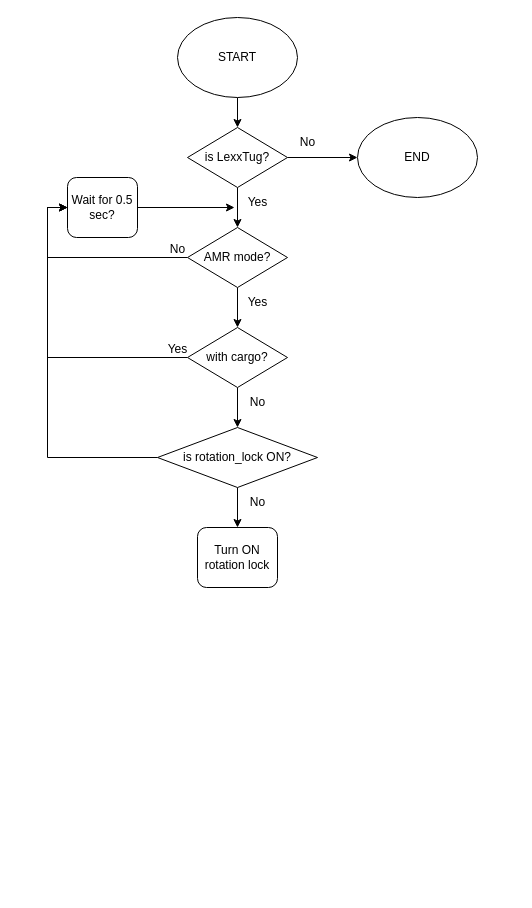
The draw.io diagram ideation.drawio in sdswoops824/myrepo, before the edit. Source tidied: cells renumbered, new cells numbered last; positions are measured from the earlier drawing's top-left corner, leaving out a move shared by most shapes. Both pictures are drawn from the tidied source at 100%, with x=0, y=0 at pixel (67, 17).
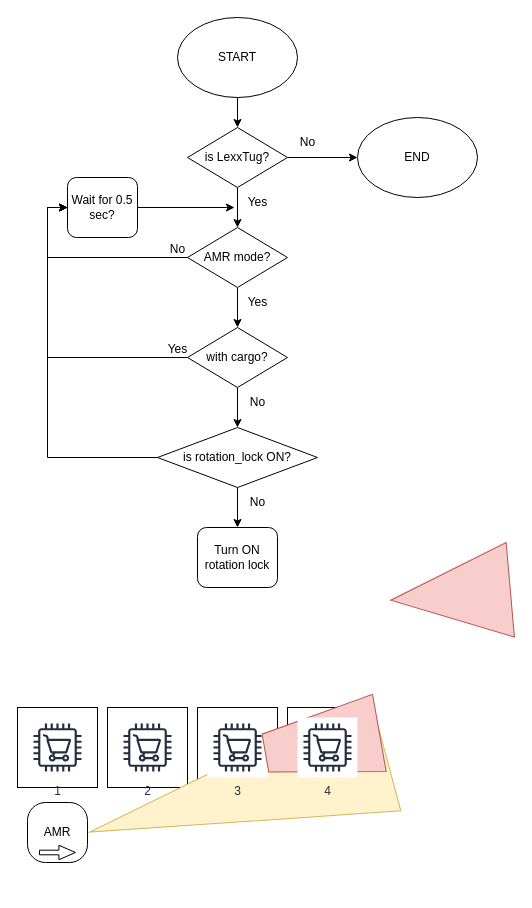
After the change.

What changed in the source:
```diff
@@
+    <mxCell id="27" value="AMR" style="whiteSpace=wrap;html=1;rounded=1;arcSize=30;" parent="1" vertex="1">
+      <mxGeometry x="-40" y="785" width="60" height="60" as="geometry" />
+    </mxCell>
+    <mxCell id="28" style="whiteSpace=wrap;html=1;" parent="1" vertex="1">
+      <mxGeometry x="-50" y="690" width="80" height="80" as="geometry" />
+    </mxCell>
+    <mxCell id="29" style="whiteSpace=wrap;html=1;" parent="1" vertex="1">
+      <mxGeometry x="40" y="690" width="80" height="80" as="geometry" />
+    </mxCell>
+    <mxCell id="30" style="whiteSpace=wrap;html=1;" parent="1" vertex="1">
+      <mxGeometry x="130" y="690" width="80" height="80" as="geometry" />
+    </mxCell>
+    <mxCell id="31" style="whiteSpace=wrap;html=1;" parent="1" vertex="1">
+      <mxGeometry x="220" y="690" width="80" height="80" as="geometry" />
+    </mxCell>
+    <mxCell id="32" style="triangle;whiteSpace=wrap;html=1;rotation=-195;fillColor=#fff2cc;strokeColor=#d6b656;" parent="1" vertex="1">
+      <mxGeometry x="17" y="715" width="306" height="120" as="geometry" />
+    </mxCell>
+    <mxCell id="33" value="2" style="sketch=0;fontColor=#232F3E;gradientColor=none;strokeColor=#232F3E;fillColor=#ffffff;dashed=0;verticalLabelPosition=bottom;verticalAlign=top;align=center;html=1;fontSize=12;fontStyle=0;shape=mxgraph.aws4.resourceIcon;resIcon=mxgraph.aws4.cart;" parent="1" vertex="1">
+      <mxGeometry x="50" y="700" width="60" height="60" as="geometry" />
+    </mxCell>
+    <mxCell id="34" value="3" style="sketch=0;fontColor=#232F3E;gradientColor=none;strokeColor=#232F3E;fillColor=#ffffff;dashed=0;verticalLabelPosition=bottom;verticalAlign=top;align=center;html=1;fontSize=12;fontStyle=0;shape=mxgraph.aws4.resourceIcon;resIcon=mxgraph.aws4.cart;" parent="1" vertex="1">
+      <mxGeometry x="140" y="700" width="60" height="60" as="geometry" />
+    </mxCell>
+    <mxCell id="35" style="triangle;whiteSpace=wrap;html=1;rotation=-185;fillColor=#f8cecc;strokeColor=#b85450;" parent="1" vertex="1">
+      <mxGeometry x="323" y="530" width="120" height="95" as="geometry" />
+    </mxCell>
+    <mxCell id="36" style="shape=trapezoid;perimeter=trapezoidPerimeter;whiteSpace=wrap;html=1;fixedSize=1;fillColor=#f8cecc;strokeColor=#b85450;rotation=-100;" parent="1" vertex="1">
+      <mxGeometry x="215.7" y="667.7" width="78.4" height="115.7" as="geometry" />
+    </mxCell>
+    <mxCell id="37" value="4" style="sketch=0;fontColor=#232F3E;gradientColor=none;strokeColor=#232F3E;fillColor=#ffffff;dashed=0;verticalLabelPosition=bottom;verticalAlign=top;align=center;html=1;fontSize=12;fontStyle=0;shape=mxgraph.aws4.resourceIcon;resIcon=mxgraph.aws4.cart;" parent="1" vertex="1">
+      <mxGeometry x="230" y="700" width="60" height="60" as="geometry" />
+    </mxCell>
+    <mxCell id="38" value="1" style="sketch=0;fontColor=#232F3E;gradientColor=none;strokeColor=#232F3E;fillColor=#ffffff;dashed=0;verticalLabelPosition=bottom;verticalAlign=top;align=center;html=1;fontSize=12;fontStyle=0;shape=mxgraph.aws4.resourceIcon;resIcon=mxgraph.aws4.cart;" parent="1" vertex="1">
+      <mxGeometry x="-40" y="700" width="60" height="60" as="geometry" />
+    </mxCell>
+    <mxCell id="39" style="shape=flexArrow;endArrow=classic;html=1;rounded=0;endWidth=8.796296296296296;endSize=5.197222222222222;width=4.62962962962963;" parent="1" edge="1">
+      <mxGeometry relative="1" as="geometry">
+        <mxPoint x="-28.5" y="835" as="sourcePoint" />
+        <mxPoint x="8.5" y="835" as="targetPoint" />
+      </mxGeometry>
+    </mxCell>
```
